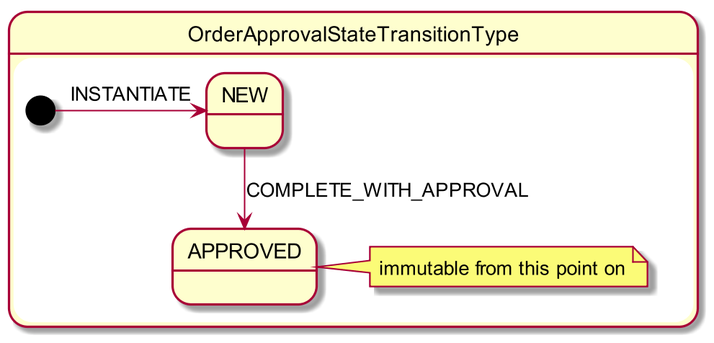
This is adocs/documentation/src/main/asciidoc/order-approval-state-chart.png from estatio/estatio, a PlantUML export, as it was before one commit.
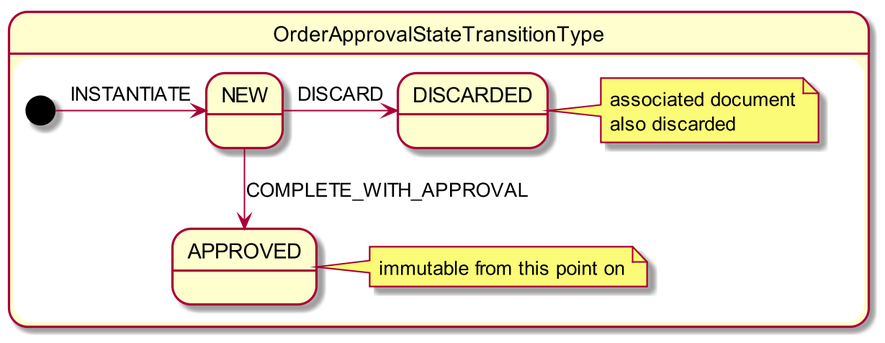
The same file after the commit.

Diff of the diagram source:
```diff
@@ -4,11 +4,17 @@
 state "OrderApprovalStateTransitionType" as oa {
 
     state "NEW" as oa_new
+
     state "APPROVED" as oa_approved
+    note right of oa_approved: immutable from this point on
+
+    state "DISCARDED" as oa_discarded
+    note right of oa_discarded: associated document\nalso discarded
 
     [*] -right-> oa_new: INSTANTIATE
+
     oa_new -down-> oa_approved: COMPLETE_WITH_APPROVAL
-    note right of oa_approved: immutable from this point on
+    oa_new -right-> oa_discarded : DISCARD
 
 }
 @enduml
```
